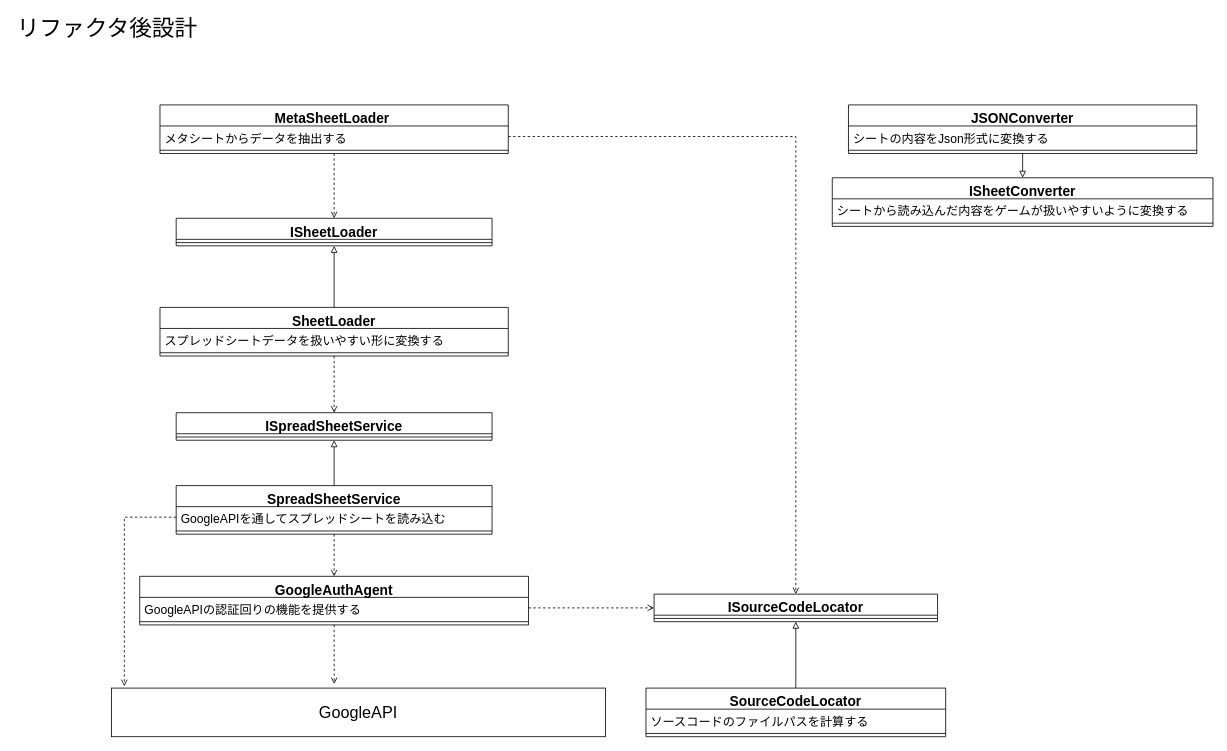
Earlier version of the draw.io diagram Designs/コア機能設計.drawio (Dumble009/GoogleDriveDownloader). Source tidied: cells renumbered, new cells numbered last; positions are measured from the earlier drawing's top-left corner, leaving out a move shared by most shapes. Both pictures are drawn from the tidied source at 81%, with x=0, y=0 at pixel (14, 15).
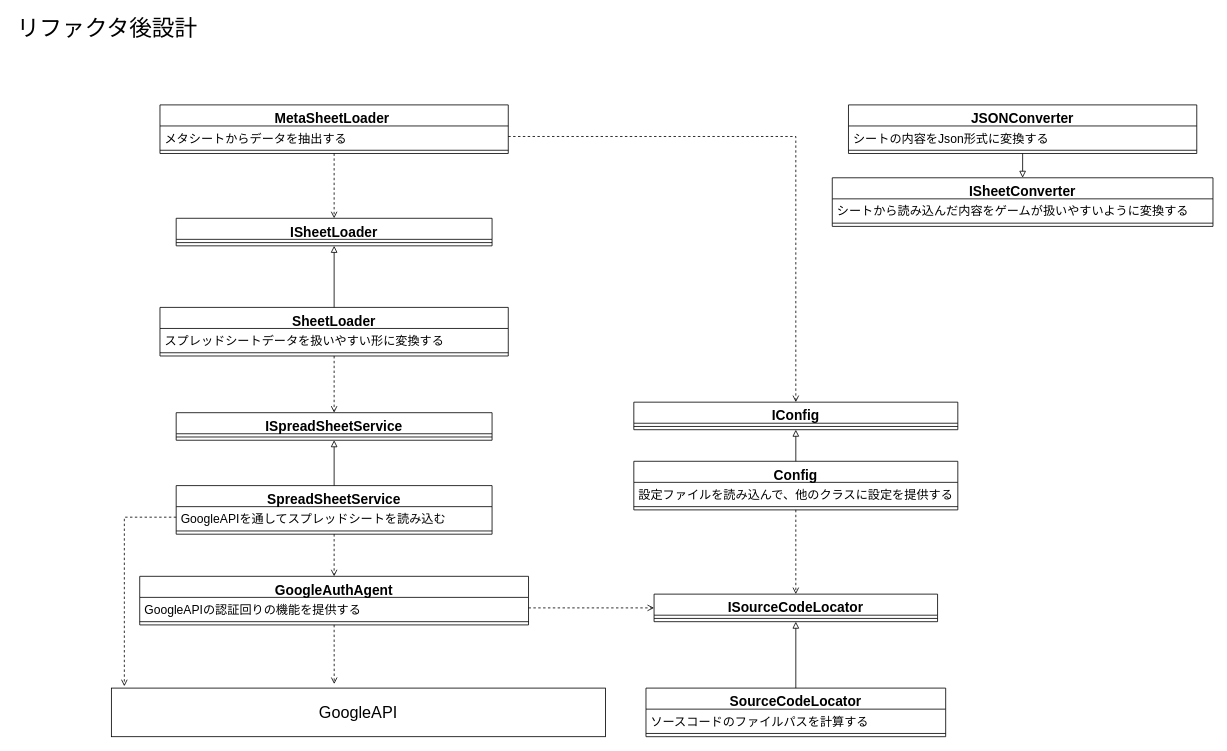
Above is the later version.

Unchanged cells that the change refers to:
```xml
<mxCell id="21" value="メタシートからデータを抽出する" style="text;strokeColor=none;fillColor=none;align=left;verticalAlign=top;spacingLeft=4;spacingRight=4;overflow=hidden;points=[[0,0.5],[1,0.5]];portConstraint=eastwest;fontSize=15;" parent="20" vertex="1">
  <mxGeometry y="26" width="430" height="26" as="geometry" />
</mxCell>
<mxCell id="30" value="ISourceCodeLocator" style="swimlane;fontStyle=1;align=center;verticalAlign=top;horizontal=1;startSize=26;fontSize=17;" parent="1" vertex="1">
  <mxGeometry x="790" y="714" width="350" height="34" as="geometry" />
</mxCell>
```

Change to the diagram source:
```diff
@@
-    <mxCell id="34" style="endArrow=open;html=1;rounded=0;fontSize=20;exitX=1;exitY=0.5;exitDx=0;exitDy=0;entryX=0.5;entryY=0;entryDx=0;entryDy=0;dashed=1;endFill=0;edgeStyle=elbowEdgeStyle;" parent="1" edge="1" source="21" target="30">
+    <mxCell id="34" style="endArrow=open;html=1;rounded=0;fontSize=20;exitX=1;exitY=0.5;exitDx=0;exitDy=0;dashed=1;endFill=0;edgeStyle=elbowEdgeStyle;entryX=0.5;entryY=0;entryDx=0;entryDy=0;" parent="1" edge="1" source="21" target="45">
       <mxGeometry relative="1" as="geometry">
         <Array as="points">
           <mxPoint x="965" y="440" />
         </Array>
       </mxGeometry>
     </mxCell>
@@
+    <mxCell id="42" value="Config" style="swimlane;fontStyle=1;align=center;verticalAlign=top;horizontal=1;startSize=26;fontSize=17;" parent="1" vertex="1">
+      <mxGeometry x="765" y="550" width="400" height="60" as="geometry" />
+    </mxCell>
+    <mxCell id="43" value="設定ファイルを読み込んで、他のクラスに設定を提供する" style="text;strokeColor=none;fillColor=none;align=left;verticalAlign=top;spacingLeft=4;spacingRight=4;overflow=hidden;fontSize=15;" parent="42" vertex="1">
+      <mxGeometry y="26" width="400" height="26" as="geometry" />
+    </mxCell>
+    <mxCell id="44" style="line;strokeWidth=1;fillColor=none;align=left;verticalAlign=middle;spacingTop=-1;spacingLeft=3;spacingRight=3;labelPosition=right;fontSize=20;" parent="42" vertex="1">
+      <mxGeometry y="52" width="400" height="8" as="geometry" />
+    </mxCell>
+    <mxCell id="45" value="IConfig" style="swimlane;fontStyle=1;align=center;verticalAlign=top;horizontal=1;startSize=26;fontSize=17;" parent="1" vertex="1">
+      <mxGeometry x="765" y="477" width="400" height="34" as="geometry" />
+    </mxCell>
+    <mxCell id="46" style="line;strokeWidth=1;fillColor=none;align=left;verticalAlign=middle;spacingTop=-1;spacingLeft=3;spacingRight=3;labelPosition=right;fontSize=20;" parent="45" vertex="1">
+      <mxGeometry y="26" width="400" height="8" as="geometry" />
+    </mxCell>
+    <mxCell id="47" style="endArrow=block;html=1;rounded=0;fontSize=20;exitX=0.5;exitY=0;exitDx=0;exitDy=0;entryX=0.5;entryY=1;entryDx=0;entryDy=0;endFill=0;" parent="1" edge="1" source="42" target="45">
+      <mxGeometry relative="1" as="geometry" />
+    </mxCell>
+    <mxCell id="48" style="endArrow=open;html=1;rounded=0;fontSize=20;exitX=0.5;exitY=1;exitDx=0;exitDy=0;entryX=0.5;entryY=0;entryDx=0;entryDy=0;dashed=1;endFill=0;" parent="1" edge="1" source="42" target="30">
+      <mxGeometry relative="1" as="geometry" />
+    </mxCell>
```
